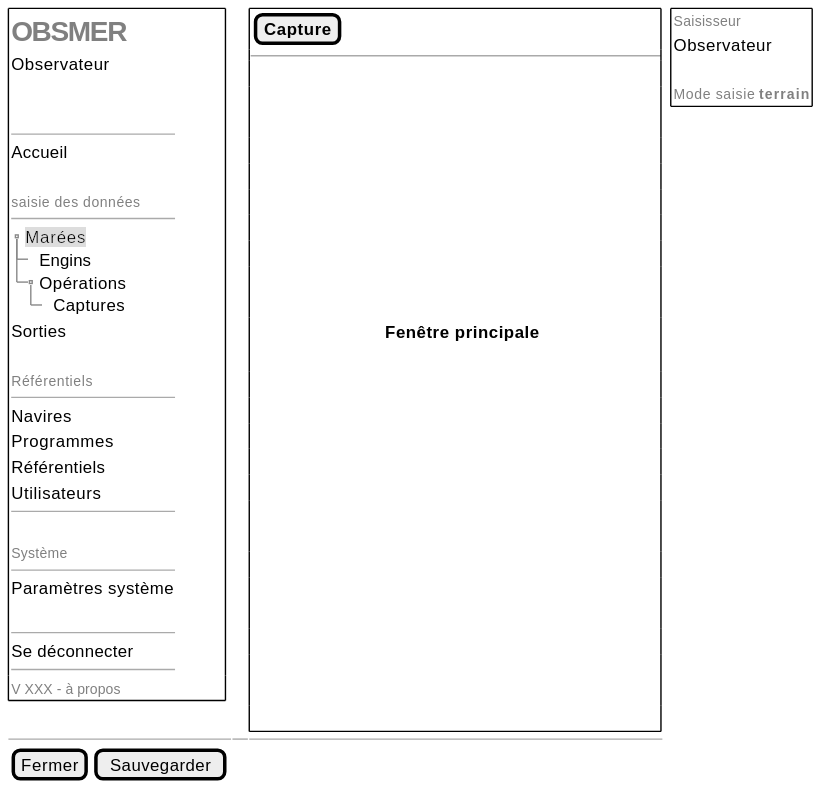
This is projects/obsmer/spe/images/main-tree-expanded.svg from sumaris-net/sumaris-doc, a PlantUML export, as it was before one commit. Its source is kept beside it as projects/obsmer/spe/images/main-tree-expanded.puml.
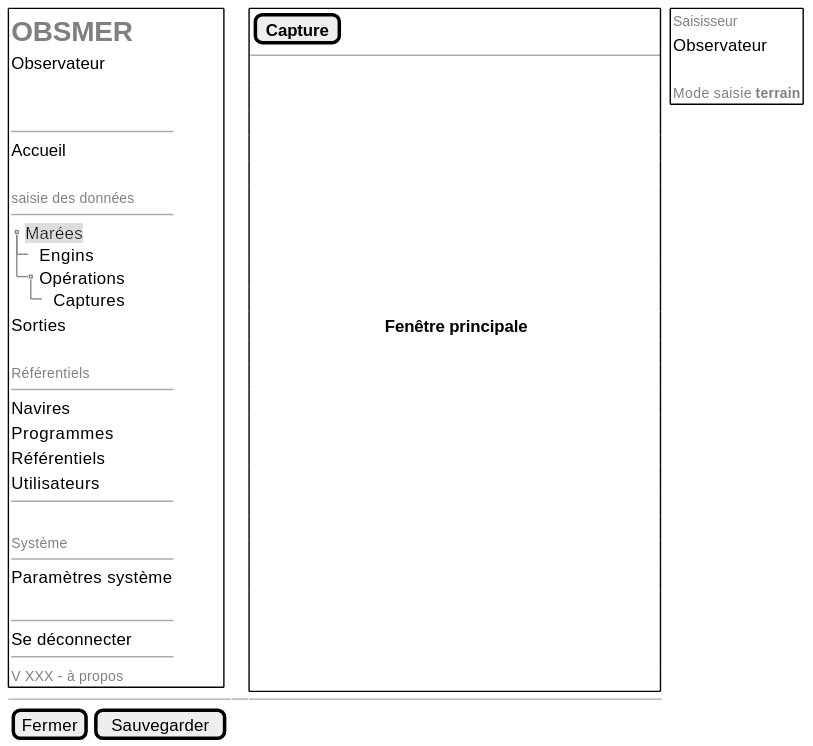
Later version of the same file.

Diff of the diagram source:
```diff
@@ -68,7 +68,6 @@
     .
     .
     .
-    .
     } | . | {+
     { <font color=grey size=10>Saisisseur
     Observateur
```
